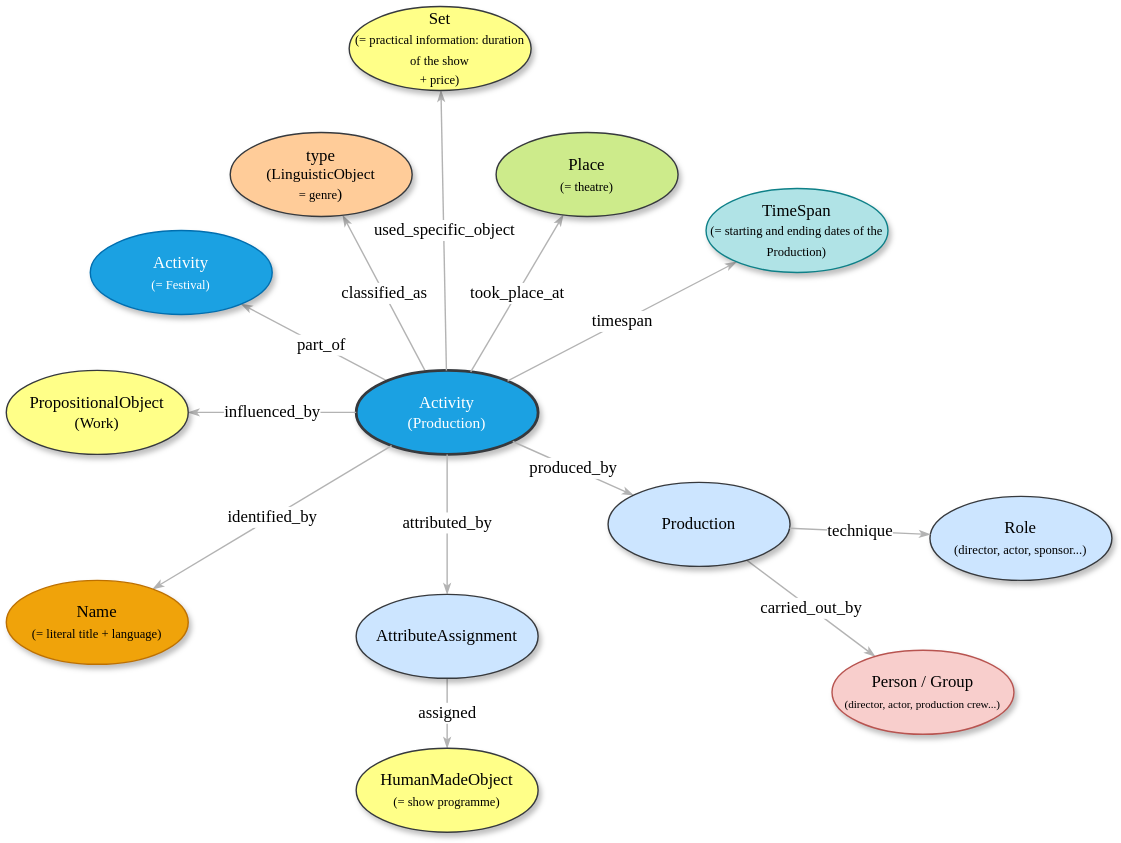
This is Figures-Cookbook/B.drawio.svg from stage-to-data/linked-art-pa, a draw.io export, as it was before one commit. Source tidied: cells renumbered, new cells last; positions are measured from the earlier drawing's top-left corner, leaving out a move shared by most shapes.
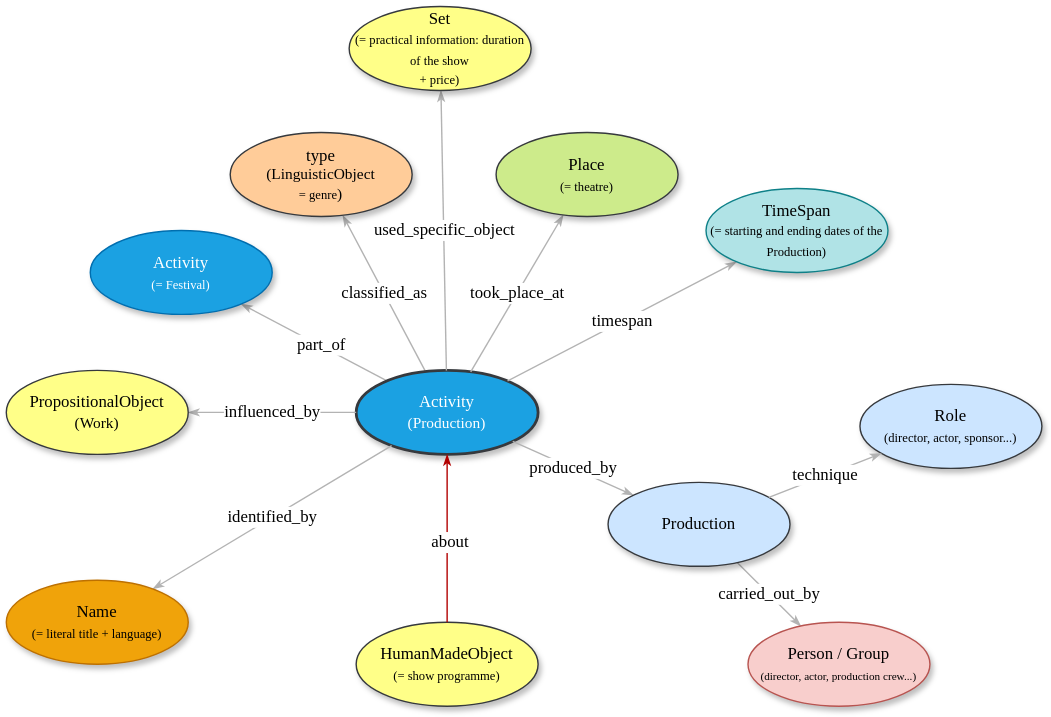
The same file after the commit.

Diff of the diagram source:
```diff
@@ -11,9 +11,6 @@
     <mxCell id="4" value="&lt;span style=&quot;background-color: rgb(255, 255, 255);&quot;&gt;classified_as&lt;/span&gt;" style="edgeStyle=none;rounded=1;html=1;labelBackgroundColor=#FFFFFF;startArrow=none;startFill=0;startSize=5;endArrow=classicThin;endFill=1;endSize=5;jettySize=auto;strokeColor=#B3B3B3;strokeWidth=1;fontFamily=Verdana;fontSize=12;" parent="1" edge="1" source="6" target="18">
       <mxGeometry relative="1" as="geometry" />
     </mxCell>
-    <mxCell id="5" value="assigned" style="edgeStyle=none;rounded=1;html=1;labelBackgroundColor=#FFFFFF;startArrow=none;startFill=0;startSize=5;endArrow=classicThin;endFill=1;endSize=5;jettySize=auto;strokeColor=#B3B3B3;strokeWidth=1;fontFamily=Verdana;fontSize=12;" parent="1" edge="1" source="28" target="11">
-      <mxGeometry relative="1" as="geometry" />
-    </mxCell>
     <mxCell id="6" value="&lt;div&gt;Activity&lt;/div&gt;&lt;div&gt;&lt;font style=&quot;font-size: 11px;&quot;&gt;(Production)&lt;/font&gt;&lt;/div&gt;" style="ellipse;whiteSpace=wrap;html=1;rounded=0;shadow=1;comic=0;labelBackgroundColor=none;strokeWidth=2;fontFamily=Verdana;fontSize=12;align=center;fillColor=#1ba1e2;strokeColor=#36393D;fontColor=#ffffff;" parent="1" vertex="1">
       <mxGeometry x="250" y="260" width="130" height="60" as="geometry" />
     </mxCell>
@@ -30,10 +27,10 @@
       <mxGeometry relative="1" as="geometry" />
     </mxCell>
     <mxCell id="11" value="&lt;span&gt;HumanMadeObject&lt;/span&gt;&lt;div&gt;&lt;span&gt;&lt;font style=&quot;font-size: 9px;&quot;&gt;(= show programme)&lt;/font&gt;&lt;/span&gt;&lt;/div&gt;" style="ellipse;whiteSpace=wrap;html=1;rounded=0;shadow=1;comic=0;labelBackgroundColor=none;strokeWidth=1;fontFamily=Verdana;fontSize=12;align=center;fillColor=#ffff88;strokeColor=#36393d;" parent="1" vertex="1">
-      <mxGeometry x="250" y="530" width="130" height="60" as="geometry" />
+      <mxGeometry x="250" y="440" width="130" height="60" as="geometry" />
     </mxCell>
     <mxCell id="12" value="&lt;span&gt;Person / Group&lt;/span&gt;&lt;div&gt;&lt;span&gt;&lt;font style=&quot;font-size: 8px;&quot;&gt;(director, actor, production crew...)&lt;/font&gt;&lt;/span&gt;&lt;/div&gt;" style="ellipse;whiteSpace=wrap;html=1;rounded=0;shadow=1;comic=0;labelBackgroundColor=none;strokeWidth=1;fontFamily=Verdana;fontSize=12;align=center;fillColor=#f8cecc;strokeColor=#b85450;" parent="1" vertex="1">
-      <mxGeometry x="590" y="460" width="130" height="60" as="geometry" />
+      <mxGeometry x="530" y="440" width="130" height="60" as="geometry" />
     </mxCell>
     <mxCell id="13" value="used_specific_object" style="edgeStyle=none;rounded=1;html=1;labelBackgroundColor=#FFFFFF;startArrow=none;startFill=0;startSize=5;endArrow=classicThin;endFill=1;endSize=5;jettySize=auto;strokeColor=#B3B3B3;strokeWidth=1;fontFamily=Verdana;fontSize=12;" parent="1" edge="1" source="6" target="16">
       <mxGeometry relative="1" as="geometry" />
@@ -69,19 +66,16 @@
       <mxGeometry x="430" y="340" width="130" height="60" as="geometry" />
     </mxCell>
     <mxCell id="24" value="&lt;span&gt;Role&lt;/span&gt;&lt;div&gt;&lt;span&gt;&lt;font style=&quot;font-size: 9px;&quot;&gt;(director, actor, sponsor...)&lt;/font&gt;&lt;/span&gt;&lt;/div&gt;" style="ellipse;whiteSpace=wrap;html=1;rounded=0;shadow=1;comic=0;labelBackgroundColor=none;strokeWidth=1;fontFamily=Verdana;fontSize=12;align=center;fillColor=#cce5ff;strokeColor=#36393d;" parent="1" vertex="1">
-      <mxGeometry x="660" y="350" width="130" height="60" as="geometry" />
+      <mxGeometry x="610" y="270" width="130" height="60" as="geometry" />
     </mxCell>
     <mxCell id="25" value="technique" style="edgeStyle=none;rounded=1;html=1;labelBackgroundColor=#FFFFFF;startArrow=none;startFill=0;startSize=5;endArrow=classicThin;endFill=1;endSize=5;jettySize=auto;strokeColor=#B3B3B3;strokeWidth=1;fontFamily=Verdana;fontSize=12;" parent="1" edge="1" source="23" target="24">
       <mxGeometry relative="1" as="geometry" />
     </mxCell>
-    <mxCell id="26" style="edgeStyle=none;rounded=1;html=1;labelBackgroundColor=#FFFFFF;startArrow=none;startFill=0;startSize=5;endArrow=classicThin;endFill=1;endSize=5;jettySize=auto;strokeColor=#B3B3B3;strokeWidth=1;fontFamily=Verdana;fontSize=12;" parent="1" edge="1" source="6" target="28">
+    <mxCell id="26" style="edgeStyle=none;rounded=1;html=1;labelBackgroundColor=#FFFFFF;startArrow=none;startFill=0;startSize=5;endArrow=classicThin;endFill=1;endSize=5;jettySize=auto;strokeColor=#B20000;strokeWidth=1;fontFamily=Verdana;fontSize=12;fillColor=#e51400;" parent="1" edge="1" source="11" target="6">
       <mxGeometry relative="1" as="geometry" />
     </mxCell>
-    <mxCell id="27" value="&lt;font face=&quot;Verdana&quot; style=&quot;font-size: 12px;&quot;&gt;attributed_by&lt;/font&gt;" style="edgeLabel;html=1;align=center;verticalAlign=middle;" parent="26" vertex="1">
+    <mxCell id="27" value="&lt;font face=&quot;Verdana&quot; style=&quot;font-size: 12px;&quot;&gt;about&lt;/font&gt;" style="edgeLabel;html=1;align=center;verticalAlign=middle;" parent="26" vertex="1">
       <mxGeometry x="-0.04" y="-1" relative="1" as="geometry" />
     </mxCell>
-    <mxCell id="28" value="&lt;div&gt;&lt;font style=&quot;&quot;&gt;AttributeAssignment&lt;/font&gt;&lt;/div&gt;" style="ellipse;whiteSpace=wrap;html=1;rounded=0;shadow=1;comic=0;labelBackgroundColor=none;strokeWidth=1;fontFamily=Verdana;fontSize=12;align=center;fillColor=#cce5ff;strokeColor=#36393d;" parent="1" vertex="1">
-      <mxGeometry x="250" y="420" width="130" height="60" as="geometry" />
-    </mxCell>
   </root>
 </mxGraphModel>
```
